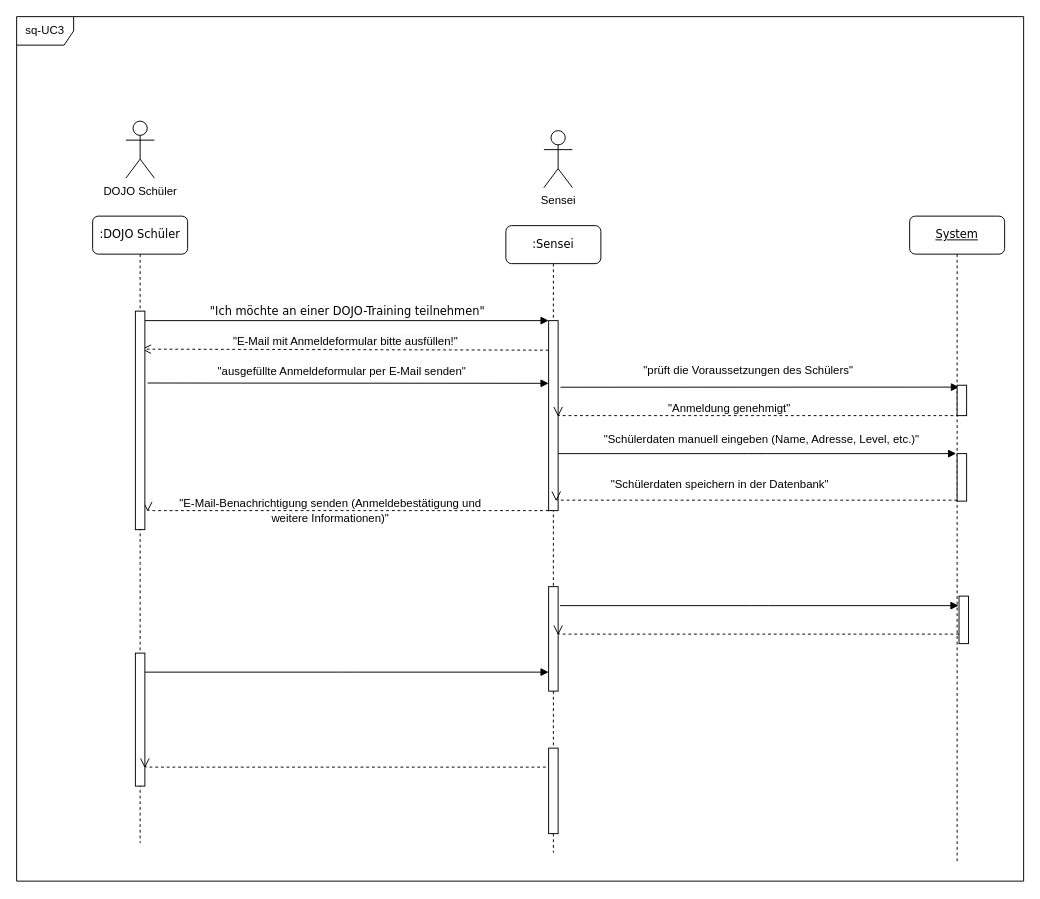
This is Sequence Diagramm Use Case 3 - Schüler verwalten.drawio from Mikomy/Softwaremanagement-1, a draw.io file, before an edit. Source tidied: cells renumbered, new cells numbered last; positions are measured from the earlier drawing's top-left corner, leaving out a move shared by most shapes. Both pictures are drawn from the tidied source at 95%, with x=0, y=0 at pixel (16, 16).
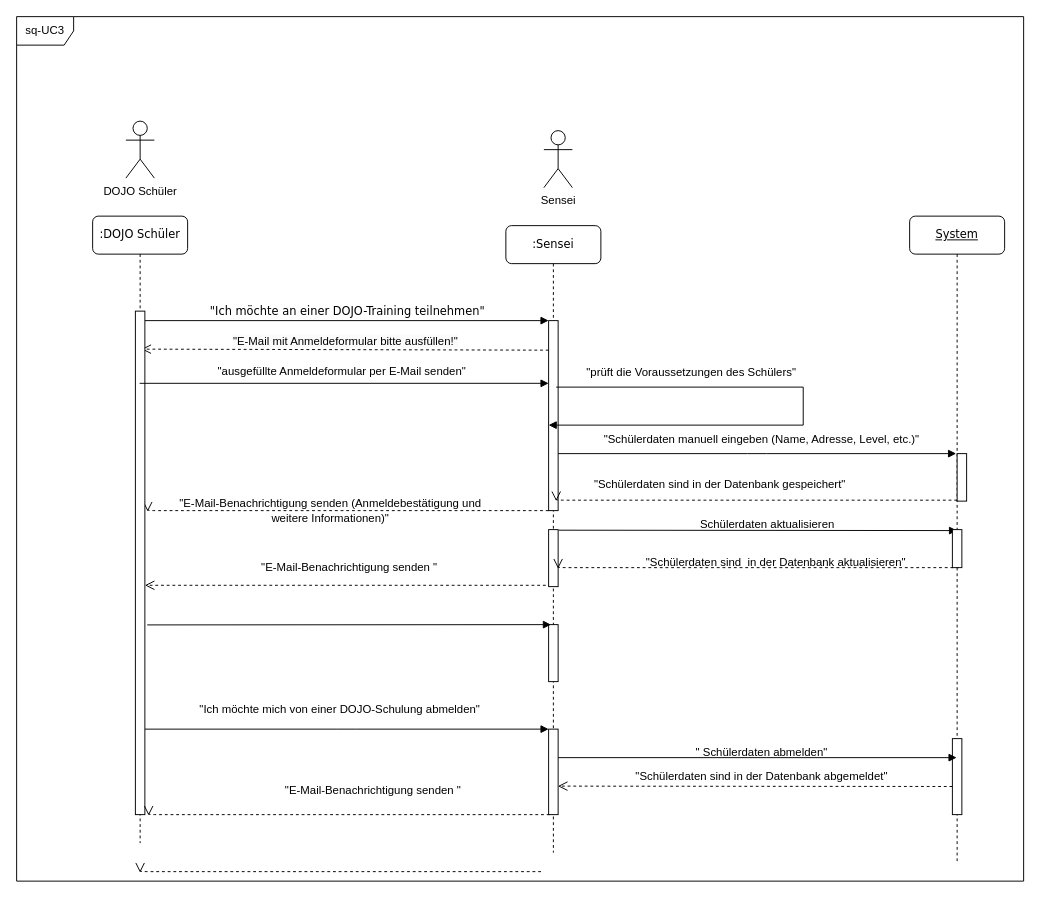
The same page after the edit.

The change refers to these unchanged cells:
```xml
<mxCell id="5" style="group;" parent="1" vertex="1">
  <mxGeometry x="490" y="60" width="512" height="820" as="geometry" />
</mxCell>
<mxCell id="6" value=":Sensei" style="shape=umlLifeline;perimeter=lifelinePerimeter;whiteSpace=wrap;html=1;rounded=1;shadow=0;comic=0;labelBackgroundColor=none;strokeWidth=1;fontFamily=Verdana;fontSize=12;align=center;" parent="5" vertex="1">
  <mxGeometry x="25" y="160" width="100" height="660" as="geometry" />
</mxCell>
<mxCell id="7" style="html=1;points=[];perimeter=orthogonalPerimeter;rounded=0;shadow=0;comic=0;labelBackgroundColor=none;strokeWidth=1;fontFamily=Verdana;fontSize=12;align=center;" parent="6" vertex="1">
  <mxGeometry x="45" y="100" width="10" height="200" as="geometry" />
</mxCell>
<mxCell id="22" value=":DOJO Schüler" style="shape=umlLifeline;perimeter=lifelinePerimeter;whiteSpace=wrap;html=1;outlineConnect=0;rounded=1;shadow=0;comic=0;labelBackgroundColor=none;strokeWidth=1;fontFamily=Verdana;fontSize=12;align=center;" parent="1" vertex="1">
  <mxGeometry x="80" y="210" width="100" height="660" as="geometry" />
</mxCell>
```

What changed in the source:
```diff
@@
-    <mxCell id="4" style="html=1;verticalAlign=bottom;endArrow=block;labelBackgroundColor=none;fontFamily=Verdana;fontSize=12;edgeStyle=elbowEdgeStyle;elbow=vertical;" parent="1" edge="1">
-      <mxGeometry relative="1" as="geometry">
-        <mxPoint x="572.5" y="390.1" as="sourcePoint" />
-        <mxPoint x="992" y="390.1" as="targetPoint" />
-      </mxGeometry>
-    </mxCell>
@@
-    <mxCell id="8" style="html=1;perimeter=orthogonalPerimeter;targetShapes=umlLifeline;newEdgeStyle={&quot;curved&quot;:0,&quot;rounded&quot;:0};" parent="6" vertex="1">
-      <mxGeometry x="45" y="550" width="10" height="90" as="geometry" />
-    </mxCell>
@@
     <mxCell id="11" style="html=1;perimeter=orthogonalPerimeter;rounded=0;shadow=0;comic=0;labelBackgroundColor=none;strokeWidth=1;fontFamily=Verdana;fontSize=12;align=center;" parent="5" vertex="1">
-      <mxGeometry x="70" y="540" width="10" height="110" as="geometry" />
+      <mxGeometry x="70" y="480" width="10" height="60" as="geometry" />
     </mxCell>
     <mxCell id="12" style="group;" parent="5" vertex="1">
-      <mxGeometry x="80" y="550" width="432" height="50" as="geometry" />
+      <mxGeometry x="130" y="480" width="328.8" height="50" as="geometry" />
     </mxCell>
+    <mxCell id="39" value="&quot;&lt;span style=&quot;background-color: initial;&quot;&gt;Schülerdaten sind&amp;nbsp; in der Datenbank&amp;nbsp;&lt;/span&gt;aktualisieren&lt;span style=&quot;background-color: initial;&quot;&gt;&quot;&lt;/span&gt;" style="text;html=1;align=center;verticalAlign=middle;strokeColor=none;fillColor=none;" parent="12" vertex="1">
+      <mxGeometry x="28.8" y="20" width="300" height="30" as="geometry" />
+    </mxCell>
+    <mxCell id="17" value="&lt;span style=&quot;font-size: 12px; text-align: left; background-color: rgb(251, 251, 251);&quot;&gt;&quot;E-Mail mit Anmeldeformular bitte ausfüllen!&quot;&lt;/span&gt;" style="html=1;verticalAlign=bottom;endArrow=open;dashed=1;endSize=8;curved=0;rounded=0;entryX=0.806;entryY=0.242;entryDx=0;entryDy=0;entryPerimeter=0;exitX=0.163;exitY=0.234;exitDx=0;exitDy=0;exitPerimeter=0;" parent="5" edge="1">
+      <mxGeometry relative="1" as="geometry">
+        <mxPoint x="70" y="291.1" as="sourcePoint" />
+        <mxPoint x="-358.6" y="290" as="targetPoint" />
+      </mxGeometry>
+    </mxCell>
+    <mxCell id="19" style="html=1;verticalAlign=bottom;endArrow=open;dashed=1;endSize=8;labelBackgroundColor=none;fontFamily=Verdana;fontSize=12;edgeStyle=elbowEdgeStyle;elbow=vertical;entryX=0.8;entryY=0.352;entryDx=0;entryDy=0;entryPerimeter=0;" parent="5" edge="1">
+      <mxGeometry relative="1" as="geometry">
+        <mxPoint x="70" y="460" as="sourcePoint" />
+        <mxPoint x="-352" y="461" as="targetPoint" />
+        <Array as="points">
+          <mxPoint x="15" y="460" />
+          <mxPoint x="45" y="460" />
+        </Array>
+      </mxGeometry>
+    </mxCell>
+    <mxCell id="14" style="html=1;verticalAlign=bottom;endArrow=block;labelBackgroundColor=none;fontFamily=Verdana;fontSize=12;edgeStyle=elbowEdgeStyle;elbow=vertical;" parent="5" edge="1">
+      <mxGeometry relative="1" as="geometry">
+        <mxPoint x="80.5" y="480.6" as="sourcePoint" />
+        <mxPoint x="500" y="480.6" as="targetPoint" />
+      </mxGeometry>
+    </mxCell>
+    <mxCell id="40" value="Schülerdaten aktualisieren" style="text;html=1;align=center;verticalAlign=middle;strokeColor=none;fillColor=none;" parent="5" vertex="1">
+      <mxGeometry x="220" y="460" width="160" height="30" as="geometry" />
+    </mxCell>
+    <mxCell id="8" style="html=1;perimeter=orthogonalPerimeter;targetShapes=umlLifeline;newEdgeStyle={&quot;curved&quot;:0,&quot;rounded&quot;:0};" parent="5" vertex="1">
+      <mxGeometry x="70" y="690" width="10" height="90" as="geometry" />
+    </mxCell>
+    <mxCell id="41" style="html=1;perimeter=orthogonalPerimeter;rounded=0;shadow=0;comic=0;labelBackgroundColor=none;strokeWidth=1;fontFamily=Verdana;fontSize=12;align=center;" parent="5" vertex="1">
+      <mxGeometry x="495" y="700" width="10" height="80" as="geometry" />
+    </mxCell>
+    <mxCell id="42" style="html=1;verticalAlign=bottom;endArrow=block;labelBackgroundColor=none;fontFamily=Verdana;fontSize=12;edgeStyle=elbowEdgeStyle;elbow=vertical;" parent="5" edge="1">
+      <mxGeometry relative="1" as="geometry">
+        <mxPoint x="80" y="720" as="sourcePoint" />
+        <mxPoint x="499.5" y="720" as="targetPoint" />
+      </mxGeometry>
+    </mxCell>
+    <mxCell id="43" style="html=1;verticalAlign=bottom;endArrow=open;dashed=1;endSize=8;labelBackgroundColor=none;fontFamily=Verdana;fontSize=12;edgeStyle=elbowEdgeStyle;elbow=vertical;entryX=0.8;entryY=0.352;entryDx=0;entryDy=0;entryPerimeter=0;" parent="5" edge="1">
+      <mxGeometry relative="1" as="geometry">
+        <mxPoint x="502" y="520" as="sourcePoint" />
+        <mxPoint x="80" y="521" as="targetPoint" />
+        <Array as="points">
+          <mxPoint x="447" y="520" />
+          <mxPoint x="477" y="520" />
+        </Array>
+      </mxGeometry>
+    </mxCell>
-    <mxCell id="13" style="html=1;perimeter=orthogonalPerimeter;rounded=0;shadow=0;comic=0;labelBackgroundColor=none;strokeWidth=1;fontFamily=Verdana;fontSize=12;align=center;" parent="12" vertex="1">
-      <mxGeometry x="422" width="10" height="50" as="geometry" />
+    <mxCell id="13" style="html=1;perimeter=orthogonalPerimeter;rounded=0;shadow=0;comic=0;labelBackgroundColor=none;strokeWidth=1;fontFamily=Verdana;fontSize=12;align=center;" parent="5" vertex="1">
+      <mxGeometry x="495" y="480" width="10" height="40" as="geometry" />
     </mxCell>
-    <mxCell id="14" style="html=1;verticalAlign=bottom;endArrow=block;labelBackgroundColor=none;fontFamily=Verdana;fontSize=12;edgeStyle=elbowEdgeStyle;elbow=vertical;" parent="12" edge="1">
-      <mxGeometry relative="1" as="geometry">
-        <mxPoint x="2" y="10" as="sourcePoint" />
-        <mxPoint x="421.5" y="10" as="targetPoint" />
-      </mxGeometry>
-    </mxCell>
-    <mxCell id="15" style="html=1;verticalAlign=bottom;endArrow=open;dashed=1;endSize=8;labelBackgroundColor=none;fontFamily=Verdana;fontSize=12;edgeStyle=elbowEdgeStyle;elbow=vertical;entryX=0.8;entryY=0.352;entryDx=0;entryDy=0;entryPerimeter=0;" parent="12" edge="1">
-      <mxGeometry relative="1" as="geometry">
-        <mxPoint x="422" y="40" as="sourcePoint" />
-        <mxPoint y="41" as="targetPoint" />
-        <Array as="points">
-          <mxPoint x="367" y="40" />
-          <mxPoint x="397" y="40" />
-        </Array>
-      </mxGeometry>
-    </mxCell>
+    <mxCell id="20" style="html=1;verticalAlign=bottom;endArrow=block;entryX=0;entryY=0;labelBackgroundColor=none;fontFamily=Verdana;fontSize=12;edgeStyle=elbowEdgeStyle;elbow=vertical;" parent="5" edge="1">
+      <mxGeometry relative="1" as="geometry">
+        <mxPoint x="-355" y="690" as="sourcePoint" />
+        <mxPoint x="70" y="690" as="targetPoint" />
+      </mxGeometry>
+    </mxCell>
+    <mxCell id="44" style="html=1;perimeter=orthogonalPerimeter;rounded=0;shadow=0;comic=0;labelBackgroundColor=none;strokeWidth=1;fontFamily=Verdana;fontSize=12;align=center;" parent="5" vertex="1">
+      <mxGeometry x="70" y="580" width="10" height="60" as="geometry" />
+    </mxCell>
+    <mxCell id="35" value="&quot;prüft die Voraussetzungen des Schülers&quot;" style="text;html=1;align=center;verticalAlign=middle;strokeColor=none;fillColor=none;" parent="5" vertex="1">
+      <mxGeometry x="100" y="300" width="240" height="30" as="geometry" />
+    </mxCell>
+    <mxCell id="45" value="&quot; Schülerdaten abmelden&quot;" style="text;html=1;align=center;verticalAlign=middle;strokeColor=none;fillColor=none;" parent="5" vertex="1">
+      <mxGeometry x="214.4" y="700" width="160" height="30" as="geometry" />
+    </mxCell>
-    <mxCell id="16" style="html=1;verticalAlign=bottom;endArrow=open;dashed=1;endSize=8;labelBackgroundColor=none;fontFamily=Verdana;fontSize=12;edgeStyle=elbowEdgeStyle;elbow=vertical;entryX=0.8;entryY=0.352;entryDx=0;entryDy=0;entryPerimeter=0;" parent="5" edge="1">
+    <mxCell id="16" style="html=1;verticalAlign=bottom;endArrow=open;dashed=1;endSize=8;labelBackgroundColor=none;fontFamily=Verdana;fontSize=12;edgeStyle=elbowEdgeStyle;elbow=vertical;exitX=0.017;exitY=0.995;exitDx=0;exitDy=0;exitPerimeter=0;" parent="5" edge="1">
       <mxGeometry relative="1" as="geometry">
-        <mxPoint x="502" y="360" as="sourcePoint" />
-        <mxPoint x="80" y="361" as="targetPoint" />
-        <Array as="points">
-          <mxPoint x="447" y="360" />
-          <mxPoint x="477" y="360" />
-        </Array>
+        <mxPoint x="495" y="750.4" as="sourcePoint" />
+        <mxPoint x="79.8" y="750" as="targetPoint" />
       </mxGeometry>
     </mxCell>
-    <mxCell id="17" value="&lt;span style=&quot;font-size: 12px; text-align: left; background-color: rgb(251, 251, 251);&quot;&gt;&quot;E-Mail mit Anmeldeformular bitte ausfüllen!&quot;&lt;/span&gt;" style="html=1;verticalAlign=bottom;endArrow=open;dashed=1;endSize=8;curved=0;rounded=0;entryX=0.806;entryY=0.242;entryDx=0;entryDy=0;entryPerimeter=0;exitX=0.163;exitY=0.234;exitDx=0;exitDy=0;exitPerimeter=0;" parent="5" edge="1">
-      <mxGeometry relative="1" as="geometry">
-        <mxPoint x="70" y="291.1" as="sourcePoint" />
-        <mxPoint x="-358.6" y="290" as="targetPoint" />
-      </mxGeometry>
-    </mxCell>
-    <mxCell id="18" style="html=1;perimeter=orthogonalPerimeter;rounded=0;shadow=0;comic=0;labelBackgroundColor=none;strokeWidth=1;fontFamily=Verdana;fontSize=12;align=center;" parent="5" vertex="1">
-      <mxGeometry x="500" y="328" width="10" height="32" as="geometry" />
-    </mxCell>
-    <mxCell id="19" style="html=1;verticalAlign=bottom;endArrow=open;dashed=1;endSize=8;labelBackgroundColor=none;fontFamily=Verdana;fontSize=12;edgeStyle=elbowEdgeStyle;elbow=vertical;entryX=0.8;entryY=0.352;entryDx=0;entryDy=0;entryPerimeter=0;" parent="5" edge="1">
-      <mxGeometry relative="1" as="geometry">
-        <mxPoint x="70" y="460" as="sourcePoint" />
-        <mxPoint x="-352" y="461" as="targetPoint" />
-        <Array as="points">
-          <mxPoint x="15" y="460" />
-          <mxPoint x="45" y="460" />
-        </Array>
-      </mxGeometry>
-    </mxCell>
-    <mxCell id="20" style="html=1;verticalAlign=bottom;endArrow=block;entryX=0;entryY=0;labelBackgroundColor=none;fontFamily=Verdana;fontSize=12;edgeStyle=elbowEdgeStyle;elbow=vertical;" parent="1" edge="1">
-      <mxGeometry relative="1" as="geometry">
-        <mxPoint x="135" y="690" as="sourcePoint" />
-        <mxPoint x="560" y="690" as="targetPoint" />
-      </mxGeometry>
-    </mxCell>
+    <mxCell id="46" value="&quot;&lt;span style=&quot;background-color: initial;&quot;&gt;Schülerdaten sind in der Datenbank abgemeldet&lt;/span&gt;&lt;span style=&quot;background-color: initial;&quot;&gt;&quot;&lt;/span&gt;" style="text;html=1;align=center;verticalAlign=middle;strokeColor=none;fillColor=none;" parent="5" vertex="1">
+      <mxGeometry x="149.4" y="725" width="290" height="30" as="geometry" />
+    </mxCell>
@@
     <mxCell id="23" style="html=1;points=[];perimeter=orthogonalPerimeter;rounded=0;shadow=0;comic=0;labelBackgroundColor=none;strokeWidth=1;fontFamily=Verdana;fontSize=12;align=center;" parent="22" vertex="1">
-      <mxGeometry x="45" y="100" width="10" height="230" as="geometry" />
+      <mxGeometry x="45" y="100" width="10" height="530" as="geometry" />
     </mxCell>
-    <mxCell id="24" style="html=1;perimeter=orthogonalPerimeter;targetShapes=umlLifeline;newEdgeStyle={&quot;curved&quot;:0,&quot;rounded&quot;:0};" parent="22" vertex="1">
-      <mxGeometry x="45" y="460" width="10" height="140" as="geometry" />
-    </mxCell>
-    <mxCell id="25" style="html=1;verticalAlign=bottom;endArrow=open;dashed=1;endSize=8;labelBackgroundColor=none;fontFamily=Verdana;fontSize=12;edgeStyle=elbowEdgeStyle;elbow=vertical;entryX=0.8;entryY=0.352;entryDx=0;entryDy=0;entryPerimeter=0;" parent="1" edge="1">
+    <mxCell id="25" style="html=1;verticalAlign=bottom;endArrow=open;dashed=1;endSize=8;labelBackgroundColor=none;fontFamily=Verdana;fontSize=12;edgeStyle=elbowEdgeStyle;elbow=vertical;entryX=0.8;entryY=0.352;entryDx=0;entryDy=0;entryPerimeter=0;" parent="22" edge="1">
       <mxGeometry relative="1" as="geometry">
-        <mxPoint x="557" y="790" as="sourcePoint" />
-        <mxPoint x="135" y="791" as="targetPoint" />
+        <mxPoint x="477" y="388.6" as="sourcePoint" />
+        <mxPoint x="55" y="389.5" as="targetPoint" />
         <Array as="points">
-          <mxPoint x="502" y="790" />
-          <mxPoint x="532" y="790" />
+          <mxPoint x="422" y="388.6" />
+          <mxPoint x="452" y="388.6" />
         </Array>
       </mxGeometry>
     </mxCell>
@@
-    <mxCell id="34" style="html=1;verticalAlign=bottom;endArrow=block;curved=0;rounded=0;exitX=1.274;exitY=0.329;exitDx=0;exitDy=0;exitPerimeter=0;" parent="1" edge="1" source="23">
+    <mxCell id="34" style="html=1;verticalAlign=bottom;endArrow=block;curved=0;rounded=0;" parent="1" edge="1" source="22">
       <mxGeometry relative="1" as="geometry">
         <mxPoint x="560" y="386" as="targetPoint" />
       </mxGeometry>
     </mxCell>
-    <mxCell id="35" value="&quot;prüft die Voraussetzungen des Schülers&quot;" style="text;html=1;align=center;verticalAlign=middle;strokeColor=none;fillColor=none;" parent="1" vertex="1">
-      <mxGeometry x="650" y="358" width="240" height="30" as="geometry" />
-    </mxCell>
-    <mxCell id="36" value="&quot;Anmeldung genehmigt&quot;" style="text;html=1;align=center;verticalAlign=middle;strokeColor=none;fillColor=none;" parent="1" vertex="1">
-      <mxGeometry x="675" y="398" width="150" height="30" as="geometry" />
-    </mxCell>
-    <mxCell id="37" value="&quot;&lt;span style=&quot;background-color: initial;&quot;&gt;Schülerdaten speichern in der Datenbank&lt;/span&gt;&lt;span style=&quot;background-color: initial;&quot;&gt;&quot;&lt;/span&gt;" style="text;html=1;align=center;verticalAlign=middle;strokeColor=none;fillColor=none;" parent="1" vertex="1">
-      <mxGeometry x="615" y="478" width="250" height="30" as="geometry" />
+    <mxCell id="37" value="&quot;&lt;span style=&quot;background-color: initial;&quot;&gt;Schülerdaten sind in der Datenbank ge&lt;/span&gt;speichert&lt;span style=&quot;background-color: initial;&quot;&gt;&quot;&lt;/span&gt;" style="text;html=1;align=center;verticalAlign=middle;strokeColor=none;fillColor=none;" parent="1" vertex="1">
+      <mxGeometry x="595" y="478" width="290" height="30" as="geometry" />
     </mxCell>
@@
+    <mxCell id="47" value="&quot;&lt;span style=&quot;background-color: initial;&quot;&gt;E-Mail-Benachrichtigung senden &lt;/span&gt;&lt;span style=&quot;background-color: initial;&quot;&gt;&quot;&lt;/span&gt;" style="text;html=1;align=center;verticalAlign=middle;strokeColor=none;fillColor=none;" parent="1" vertex="1">
+      <mxGeometry x="245" y="565" width="210" height="30" as="geometry" />
+    </mxCell>
+    <mxCell id="48" style="html=1;verticalAlign=bottom;endArrow=open;dashed=1;endSize=8;labelBackgroundColor=none;fontFamily=Verdana;fontSize=12;edgeStyle=elbowEdgeStyle;elbow=vertical;entryX=0.8;entryY=0.352;entryDx=0;entryDy=0;entryPerimeter=0;" parent="1" edge="1">
+      <mxGeometry relative="1" as="geometry">
+        <mxPoint x="552" y="900" as="sourcePoint" />
+        <mxPoint x="130" y="901" as="targetPoint" />
+        <Array as="points">
+          <mxPoint x="497" y="900" />
+          <mxPoint x="527" y="900" />
+        </Array>
+      </mxGeometry>
+    </mxCell>
+    <mxCell id="49" value="&quot;Ich möchte mich von einer DOJO-Schulung abmelden&quot;" style="text;html=1;align=center;verticalAlign=middle;strokeColor=none;fillColor=none;" parent="1" vertex="1">
+      <mxGeometry x="180" y="714" width="320" height="30" as="geometry" />
+    </mxCell>
+    <mxCell id="50" style="html=1;verticalAlign=bottom;labelBackgroundColor=none;endArrow=block;endFill=1;rounded=0;entryX=0;entryY=0.55;entryDx=0;entryDy=0;entryPerimeter=0;" parent="1" edge="1" target="7">
+      <mxGeometry relative="1" as="geometry">
+        <mxPoint x="568" y="390" as="sourcePoint" />
+        <Array as="points">
+          <mxPoint x="828" y="390" />
+          <mxPoint x="828" y="430" />
+        </Array>
+      </mxGeometry>
+    </mxCell>
+    <mxCell id="51" value="&quot;&lt;span style=&quot;background-color: initial;&quot;&gt;E-Mail-Benachrichtigung senden &lt;/span&gt;&lt;span style=&quot;background-color: initial;&quot;&gt;&quot;&lt;/span&gt;" style="text;html=1;align=center;verticalAlign=middle;strokeColor=none;fillColor=none;" parent="1" vertex="1">
+      <mxGeometry x="270" y="800" width="210" height="30" as="geometry" />
+    </mxCell>
+    <mxCell id="52" style="html=1;verticalAlign=bottom;endArrow=open;dashed=1;endSize=8;labelBackgroundColor=none;fontFamily=Verdana;fontSize=12;edgeStyle=elbowEdgeStyle;elbow=vertical;entryX=0.8;entryY=0.352;entryDx=0;entryDy=0;entryPerimeter=0;" parent="1" edge="1">
+      <mxGeometry relative="1" as="geometry">
+        <mxPoint x="561" y="840" as="sourcePoint" />
+        <mxPoint x="139" y="841" as="targetPoint" />
+        <Array as="points">
+          <mxPoint x="506" y="840" />
+          <mxPoint x="536" y="840" />
+        </Array>
+      </mxGeometry>
+    </mxCell>
+    <mxCell id="53" style="html=1;verticalAlign=bottom;endArrow=block;entryX=0;entryY=0;labelBackgroundColor=none;fontFamily=Verdana;fontSize=12;edgeStyle=elbowEdgeStyle;elbow=vertical;" parent="1" edge="1">
+      <mxGeometry relative="1" as="geometry">
+        <mxPoint x="137.5" y="640.3" as="sourcePoint" />
+        <mxPoint x="562.5" y="640.3" as="targetPoint" />
+      </mxGeometry>
+    </mxCell>
```
